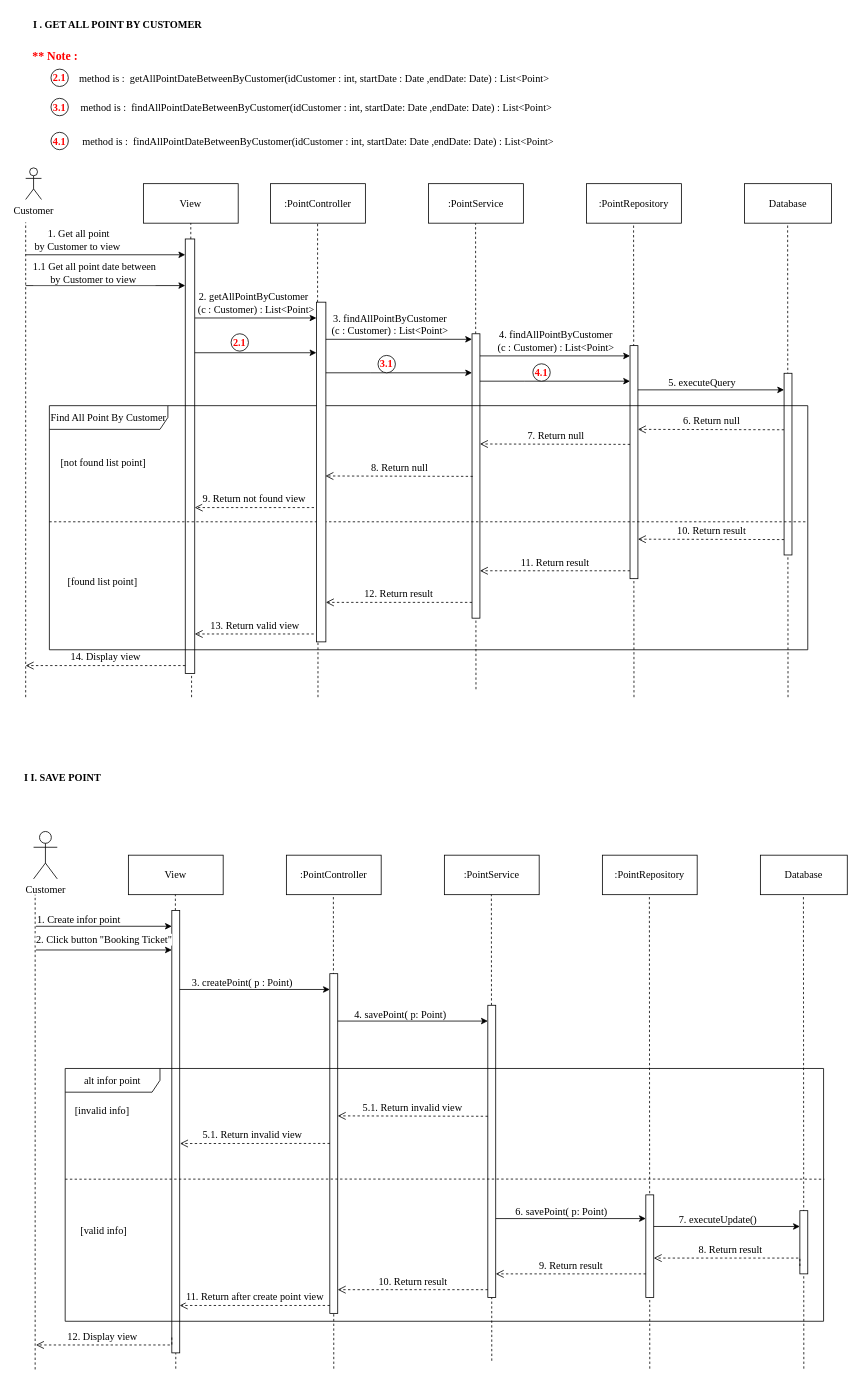
This is page "Sequence_Diagram_Point" (3 of 5) of Module_6/[A0422I1]_DetailDesign_TriLHH/[A0422I1]_DetailDesign_TriLHH.drawio from LHHT-DISCOVERY/Code-Gym-A0422I1-HuuTri, a draw.io file, before an edit. Source tidied: cells renumbered, new cells numbered last; positions are measured from the earlier drawing's top-left corner, leaving out a move shared by most shapes. Both pictures are drawn from the tidied source at 79%, with x=0, y=0 at pixel (17, 13).
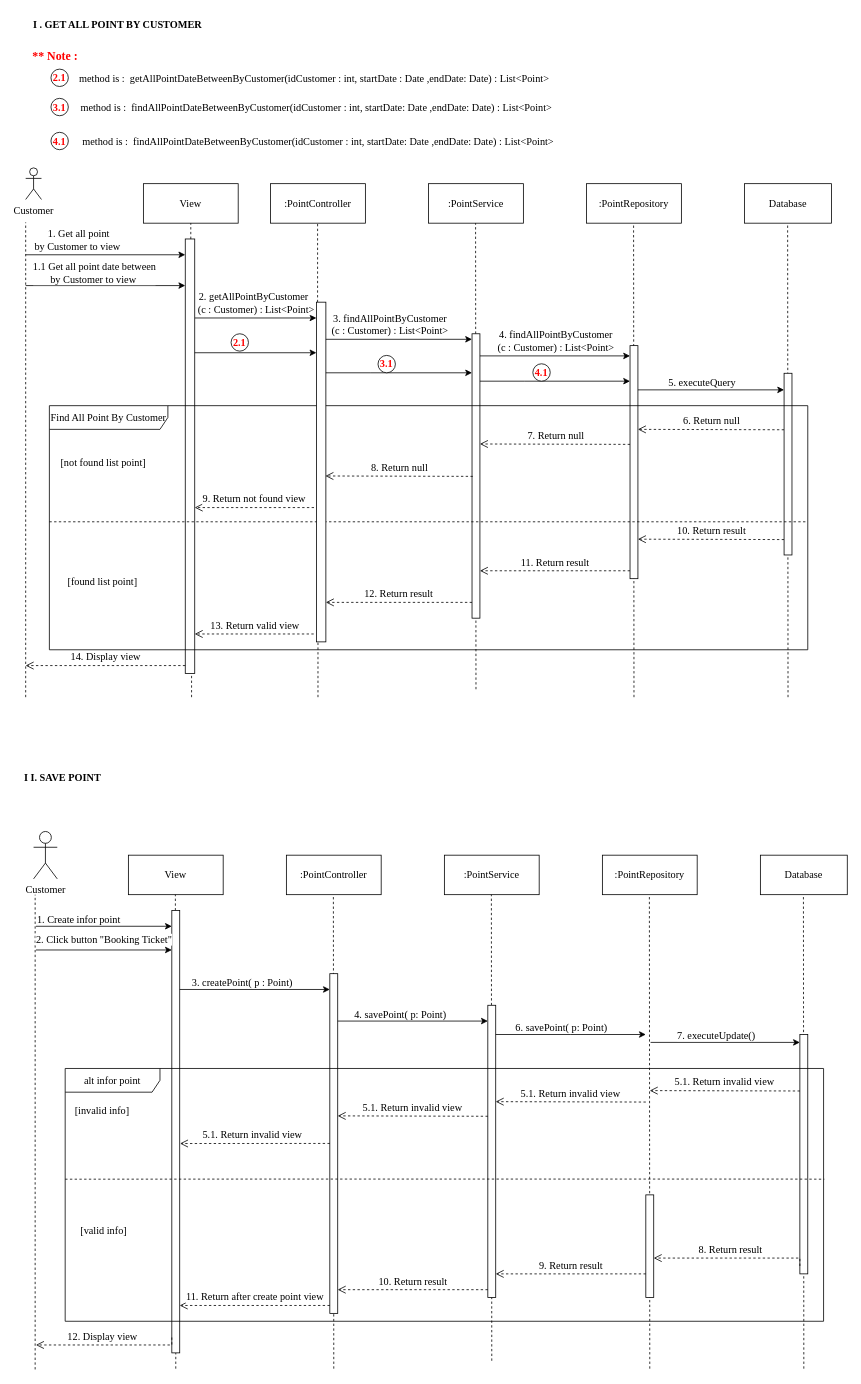
The same diagram, later.

Unchanged cells that the change refers to:
```xml
<mxCell id="66" style="html=1;points=[];perimeter=orthogonalPerimeter;outlineConnect=0;targetShapes=umlLifeline;portConstraint=eastwest;newEdgeStyle={&quot;edgeStyle&quot;:&quot;elbowEdgeStyle&quot;,&quot;elbow&quot;:&quot;vertical&quot;,&quot;curved&quot;:0,&quot;rounded&quot;:0};fontFamily=Times New Roman;fontSize=13;" parent="1" vertex="1">
  <mxGeometry x="596" y="1255" width="10" height="370" as="geometry" />
</mxCell>
<mxCell id="67" style="html=1;points=[];perimeter=orthogonalPerimeter;outlineConnect=0;targetShapes=umlLifeline;portConstraint=eastwest;newEdgeStyle={&quot;edgeStyle&quot;:&quot;elbowEdgeStyle&quot;,&quot;elbow&quot;:&quot;vertical&quot;,&quot;curved&quot;:0,&quot;rounded&quot;:0};fontFamily=Times New Roman;fontSize=13;" parent="1" vertex="1">
  <mxGeometry x="796" y="1495" width="10" height="130" as="geometry" />
</mxCell>
```

The edit, as a diff of the source:
```diff
@@
-    <mxCell id="68" style="endArrow=classic;html=1;rounded=0;endFill=1;fontFamily=Times New Roman;fontSize=13;" parent="1" edge="1" source="66" target="67">
+    <mxCell id="68" style="endArrow=classic;html=1;rounded=0;endFill=1;fontFamily=Times New Roman;fontSize=13;" parent="1" edge="1">
       <mxGeometry relative="1" as="geometry">
+        <mxPoint x="606" y="1292" as="sourcePoint" />
+        <mxPoint x="796" y="1292" as="targetPoint" />
         <Array as="points">
-          <mxPoint x="701" y="1525" />
+          <mxPoint x="701" y="1292" />
         </Array>
       </mxGeometry>
     </mxCell>
@@
     <mxCell id="70" style="endArrow=classic;html=1;rounded=0;endFill=1;fontFamily=Times New Roman;fontSize=13;" parent="1" edge="1">
       <mxGeometry relative="1" as="geometry">
-        <mxPoint x="806" y="1535" as="sourcePoint" />
-        <mxPoint x="991" y="1535" as="targetPoint" />
+        <mxPoint x="802" y="1302" as="sourcePoint" />
+        <mxPoint x="991" y="1302" as="targetPoint" />
       </mxGeometry>
     </mxCell>
@@
     <mxCell id="76" style="html=1;perimeter=orthogonalPerimeter;targetShapes=umlLifeline;newEdgeStyle={&quot;edgeStyle&quot;:&quot;elbowEdgeStyle&quot;,&quot;elbow&quot;:&quot;vertical&quot;,&quot;curved&quot;:0,&quot;rounded&quot;:0};fontFamily=Times New Roman;fontSize=13;" parent="1" vertex="1">
-      <mxGeometry x="991" y="1515" width="10" height="80" as="geometry" />
+      <mxGeometry x="991" y="1292" width="10" height="303" as="geometry" />
     </mxCell>
@@
+    <mxCell id="102" value="5.1. Return invalid view&amp;nbsp;" style="html=1;verticalAlign=bottom;endArrow=open;dashed=1;endSize=8;edgeStyle=elbowEdgeStyle;elbow=vertical;curved=0;rounded=0;fontFamily=Times New Roman;fontSize=13;" parent="1" edge="1">
+      <mxGeometry relative="1" as="geometry">
+        <mxPoint x="796" y="1377.5" as="sourcePoint" />
+        <mxPoint x="606" y="1377" as="targetPoint" />
+        <Array as="points">
+          <mxPoint x="806" y="1377" />
+        </Array>
+      </mxGeometry>
+    </mxCell>
+    <mxCell id="103" value="5.1. Return invalid view&amp;nbsp;" style="html=1;verticalAlign=bottom;endArrow=open;dashed=1;endSize=8;edgeStyle=elbowEdgeStyle;elbow=vertical;curved=0;rounded=0;fontFamily=Times New Roman;fontSize=13;" parent="1" edge="1">
+      <mxGeometry relative="1" as="geometry">
+        <mxPoint x="991" y="1363.5" as="sourcePoint" />
+        <mxPoint x="801" y="1363" as="targetPoint" />
+        <Array as="points">
+          <mxPoint x="1001" y="1363" />
+        </Array>
+      </mxGeometry>
+    </mxCell>
```
